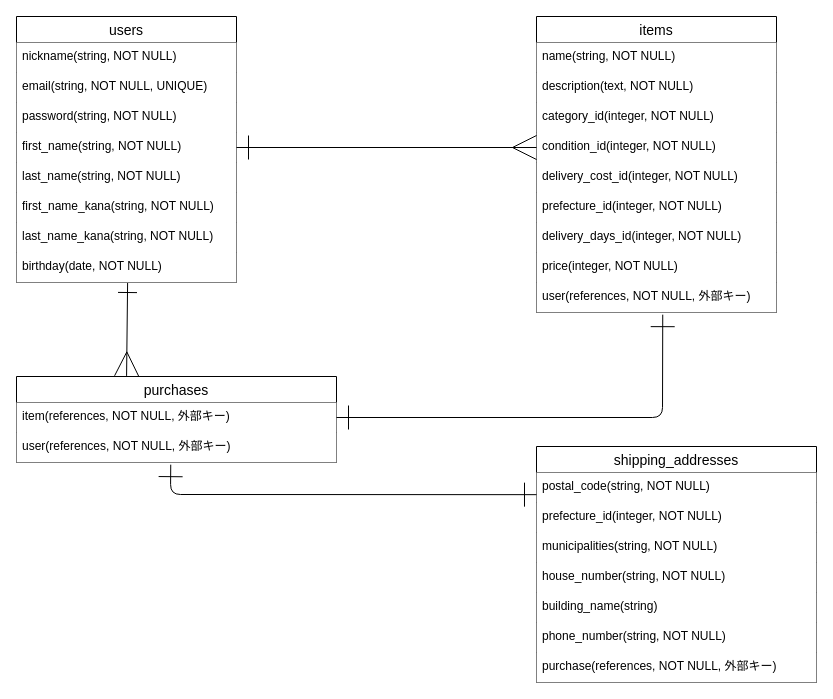
Earlier version of the draw.io diagram ER-furima.dio (iguanakun/furima-39961). Source tidied: cells renumbered, new cells numbered last; positions are measured from the earlier drawing's top-left corner, leaving out a move shared by most shapes. Both pictures are drawn from the tidied source at 100%, with x=0, y=0 at pixel (16, 16).
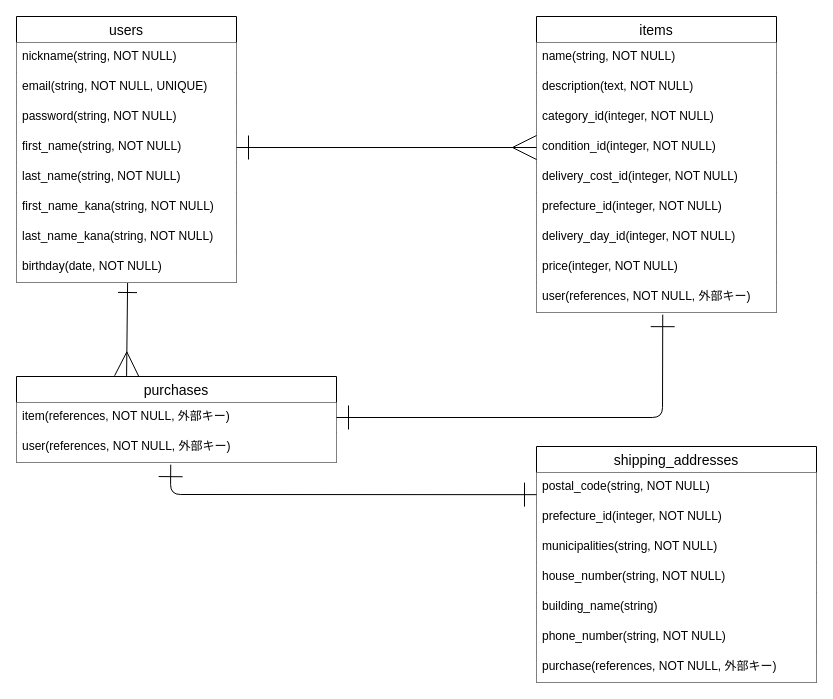
The same page after the edit.

Commit message (it also covers changes not shown here):
レビュー後修正（カラム単数形）

Unchanged cells that the change refers to:
```xml
<mxCell id="11" value="items" style="swimlane;fontStyle=0;horizontal=1;startSize=26;align=center;fontSize=14;" parent="1" vertex="1">
  <mxGeometry x="520" width="240" height="296" as="geometry" />
</mxCell>
```

What changed in the source:
```diff
@@
-    <mxCell id="18" value="delivery_days_id(integer, NOT NULL)" style="text;strokeColor=none;fillColor=default;spacingLeft=4;spacingRight=4;overflow=hidden;fontSize=12;" parent="11" vertex="1">
+    <mxCell id="18" value="delivery_day_id(integer, NOT NULL)" style="text;strokeColor=none;fillColor=default;spacingLeft=4;spacingRight=4;overflow=hidden;fontSize=12;" parent="11" vertex="1">
       <mxGeometry y="206" width="240" height="30" as="geometry" />
     </mxCell>
```
